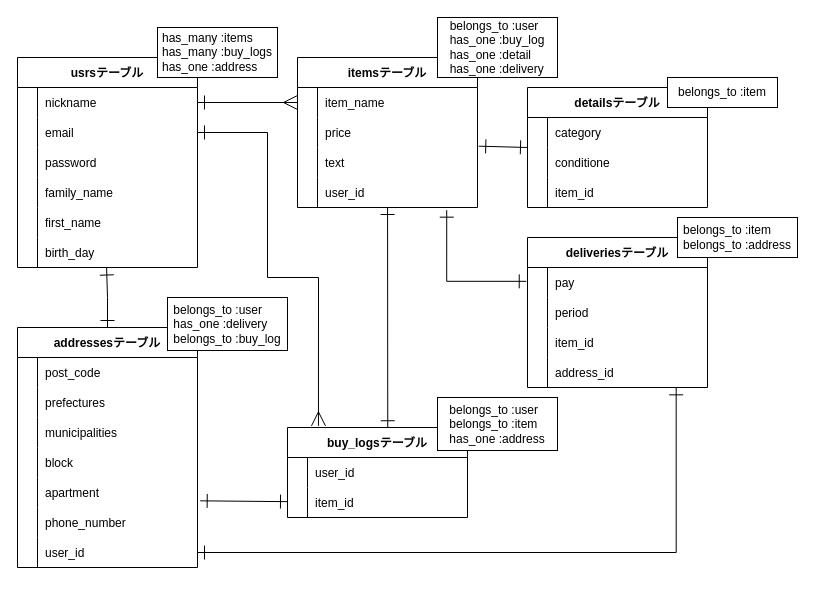
This is ER.dio from SettingTom/furima-37386, a draw.io file, before an edit. Source tidied: cells renumbered, new cells numbered last; positions are measured from the earlier drawing's top-left corner, leaving out a move shared by most shapes. Both pictures are drawn from the tidied source at 100%, with x=0, y=0 at pixel (17, 17).
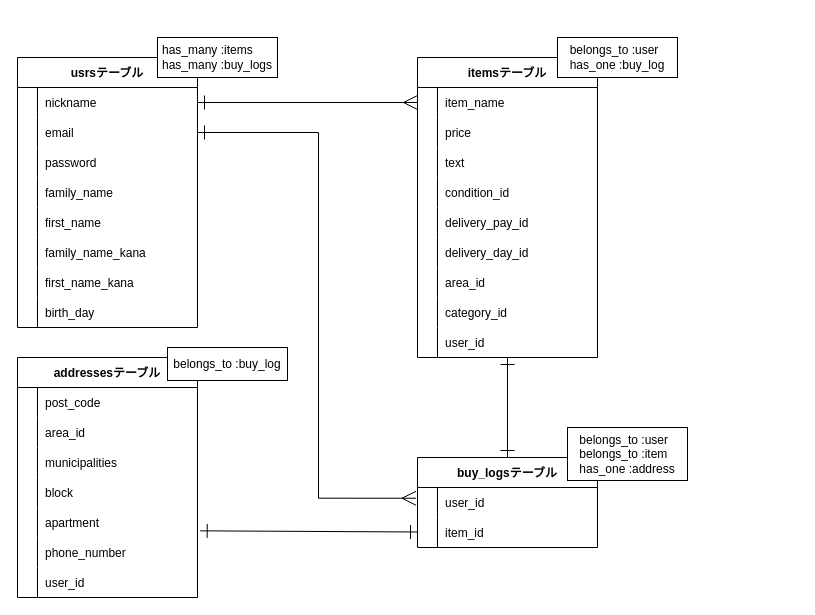
The same diagram, later.

Commit message (it also covers changes not shown here):
データベース設計の修正

Unchanged cells that the change refers to:
```xml
<mxCell id="6" style="shape=partialRectangle;fillColor=none;top=0;left=0;bottom=0;right=0;points=[[0,0.5],[1,0.5]];portConstraint=eastwest;" parent="2" vertex="1">
  <mxGeometry y="60" width="180" height="30" as="geometry" />
</mxCell>
<mxCell id="30" style="shape=partialRectangle;fillColor=none;top=0;left=0;bottom=0;right=0;points=[[0,0.5],[1,0.5]];portConstraint=eastwest;labelBackgroundColor=default;" parent="23" vertex="1">
  <mxGeometry y="90" width="180" height="30" as="geometry" />
</mxCell>
<mxCell id="42" style="shape=partialRectangle;fillColor=none;top=0;left=0;bottom=0;right=0;labelBackgroundColor=default;" parent="38" vertex="1">
  <mxGeometry y="60" width="180" height="30" as="geometry" />
</mxCell>
<mxCell id="57" style="shape=partialRectangle;fillColor=none;top=0;left=0;bottom=0;right=0;points=[[0,0.5],[1,0.5]];portConstraint=eastwest;labelBackgroundColor=default;" parent="38" vertex="1">
  <mxGeometry y="210" width="180" height="30" as="geometry" />
</mxCell>
<mxCell id="61" style="shape=partialRectangle;fillColor=none;top=0;left=0;bottom=0;right=0;points=[[0,0.5],[1,0.5]];portConstraint=eastwest;labelBackgroundColor=default;" parent="60" vertex="1">
  <mxGeometry y="30" width="180" height="30" as="geometry" />
</mxCell>
```

The edit, as a diff of the source:
```diff
@@
     <mxCell id="2" value="usrsテーブル" style="shape=table;startSize=30;childLayout=tableLayout;rowLines=0;fontStyle=1;align=center;" parent="1" vertex="1">
-      <mxGeometry y="40" width="180" height="210" as="geometry" />
+      <mxGeometry y="40" width="180" height="270" as="geometry" />
     </mxCell>
@@
+    <mxCell id="100" style="shape=partialRectangle;fillColor=none;top=0;left=0;bottom=0;right=0;" parent="2" vertex="1">
+      <mxGeometry y="150" width="180" height="30" as="geometry" />
+    </mxCell>
+    <mxCell id="101" style="shape=partialRectangle;fillColor=none;top=0;left=0;bottom=0;right=0;overflow=hidden;" parent="100" vertex="1">
+      <mxGeometry width="20" height="30" as="geometry" />
+    </mxCell>
+    <mxCell id="102" value="first_name" style="shape=partialRectangle;fillColor=none;top=0;left=0;bottom=0;right=0;align=left;spacingLeft=6;overflow=hidden;" parent="100" vertex="1">
+      <mxGeometry x="20" width="160" height="30" as="geometry" />
+    </mxCell>
+    <mxCell id="103" style="shape=partialRectangle;fillColor=none;top=0;left=0;bottom=0;right=0;" parent="2" vertex="1">
+      <mxGeometry y="180" width="180" height="30" as="geometry" />
+    </mxCell>
+    <mxCell id="104" style="shape=partialRectangle;fillColor=none;top=0;left=0;bottom=0;right=0;overflow=hidden;" parent="103" vertex="1">
+      <mxGeometry width="20" height="30" as="geometry" />
+    </mxCell>
+    <mxCell id="105" value="family_name_kana" style="shape=partialRectangle;fillColor=none;top=0;left=0;bottom=0;right=0;align=left;spacingLeft=6;overflow=hidden;" parent="103" vertex="1">
+      <mxGeometry x="20" width="160" height="30" as="geometry" />
+    </mxCell>
     <mxCell id="15" style="shape=partialRectangle;fillColor=none;top=0;left=0;bottom=0;right=0;" parent="2" vertex="1">
-      <mxGeometry y="150" width="180" height="30" as="geometry" />
+      <mxGeometry y="210" width="180" height="30" as="geometry" />
     </mxCell>
@@
-    <mxCell id="17" value="first_name" style="shape=partialRectangle;fillColor=none;top=0;left=0;bottom=0;right=0;align=left;spacingLeft=6;overflow=hidden;" parent="15" vertex="1">
+    <mxCell id="17" value="first_name_kana" style="shape=partialRectangle;fillColor=none;top=0;left=0;bottom=0;right=0;align=left;spacingLeft=6;overflow=hidden;" parent="15" vertex="1">
       <mxGeometry x="20" width="160" height="30" as="geometry" />
     </mxCell>
     <mxCell id="18" style="shape=partialRectangle;fillColor=none;top=0;left=0;bottom=0;right=0;points=[[0,0.5],[1,0.5]];portConstraint=eastwest;" parent="2" vertex="1">
-      <mxGeometry y="180" width="180" height="30" as="geometry" />
+      <mxGeometry y="240" width="180" height="30" as="geometry" />
     </mxCell>
@@
-    <mxCell id="21" style="rounded=0;sketch=0;html=1;startArrow=ERone;startFill=0;endArrow=ERone;endFill=0;startSize=12;endSize=12;strokeColor=default;entryX=0.557;entryY=0.003;entryDx=0;entryDy=0;entryPerimeter=0;" parent="1" edge="1" source="23" target="60">
-      <mxGeometry relative="1" as="geometry" />
-    </mxCell>
-    <mxCell id="22" style="edgeStyle=none;rounded=0;sketch=0;jumpStyle=none;html=1;entryX=0;entryY=0;entryDx=0;entryDy=0;entryPerimeter=0;startArrow=ERone;startFill=0;endArrow=ERone;endFill=0;startSize=12;endSize=12;strokeColor=default;exitX=1.007;exitY=-0.044;exitDx=0;exitDy=0;exitPerimeter=0;" parent="1" edge="1" source="30" target="76">
-      <mxGeometry relative="1" as="geometry" />
-    </mxCell>
     <mxCell id="23" value="itemsテーブル" style="shape=table;startSize=30;childLayout=tableLayout;rowLines=0;fontStyle=1;align=center;labelBackgroundColor=default;" parent="1" vertex="1">
-      <mxGeometry x="280" y="40" width="180" height="150" as="geometry" />
+      <mxGeometry x="400" y="40" width="180" height="300" as="geometry" />
     </mxCell>
@@
+    <mxCell id="92" style="shape=partialRectangle;fillColor=none;top=0;left=0;bottom=0;right=0;points=[[0,0.5],[1,0.5]];portConstraint=eastwest;labelBackgroundColor=default;" parent="23" vertex="1">
+      <mxGeometry y="120" width="180" height="30" as="geometry" />
+    </mxCell>
+    <mxCell id="106" style="shape=partialRectangle;fillColor=none;top=0;left=0;bottom=0;right=0;overflow=hidden;labelBackgroundColor=default;" parent="92" vertex="1">
+      <mxGeometry width="20" height="30" as="geometry" />
+    </mxCell>
+    <mxCell id="107" value="condition_id" style="shape=partialRectangle;fillColor=none;top=0;left=0;bottom=0;right=0;align=left;spacingLeft=6;overflow=hidden;labelBackgroundColor=default;" parent="92" vertex="1">
+      <mxGeometry x="20" width="160" height="30" as="geometry" />
+    </mxCell>
+    <mxCell id="108" style="shape=partialRectangle;fillColor=none;top=0;left=0;bottom=0;right=0;labelBackgroundColor=default;" parent="23" vertex="1">
+      <mxGeometry y="150" width="180" height="30" as="geometry" />
+    </mxCell>
+    <mxCell id="109" style="shape=partialRectangle;fillColor=none;top=0;left=0;bottom=0;right=0;overflow=hidden;labelBackgroundColor=default;" parent="108" vertex="1">
+      <mxGeometry width="20" height="30" as="geometry" />
+    </mxCell>
+    <mxCell id="110" value="delivery_pay_id" style="shape=partialRectangle;fillColor=none;top=0;left=0;bottom=0;right=0;align=left;spacingLeft=6;overflow=hidden;labelBackgroundColor=default;" parent="108" vertex="1">
+      <mxGeometry x="20" width="160" height="30" as="geometry" />
+    </mxCell>
+    <mxCell id="111" style="shape=partialRectangle;fillColor=none;top=0;left=0;bottom=0;right=0;labelBackgroundColor=default;" parent="23" vertex="1">
+      <mxGeometry y="180" width="180" height="30" as="geometry" />
+    </mxCell>
+    <mxCell id="112" style="shape=partialRectangle;fillColor=none;top=0;left=0;bottom=0;right=0;overflow=hidden;labelBackgroundColor=default;" parent="111" vertex="1">
+      <mxGeometry width="20" height="30" as="geometry" />
+    </mxCell>
+    <mxCell id="113" value="delivery_day_id" style="shape=partialRectangle;fillColor=none;top=0;left=0;bottom=0;right=0;align=left;spacingLeft=6;overflow=hidden;labelBackgroundColor=default;" parent="111" vertex="1">
+      <mxGeometry x="20" width="160" height="30" as="geometry" />
+    </mxCell>
+    <mxCell id="114" style="shape=partialRectangle;fillColor=none;top=0;left=0;bottom=0;right=0;labelBackgroundColor=default;" parent="23" vertex="1">
+      <mxGeometry y="210" width="180" height="30" as="geometry" />
+    </mxCell>
+    <mxCell id="115" style="shape=partialRectangle;fillColor=none;top=0;left=0;bottom=0;right=0;overflow=hidden;labelBackgroundColor=default;" parent="114" vertex="1">
+      <mxGeometry width="20" height="30" as="geometry" />
+    </mxCell>
+    <mxCell id="116" value="area_id" style="shape=partialRectangle;fillColor=none;top=0;left=0;bottom=0;right=0;align=left;spacingLeft=6;overflow=hidden;labelBackgroundColor=default;" parent="114" vertex="1">
+      <mxGeometry x="20" width="160" height="30" as="geometry" />
+    </mxCell>
+    <mxCell id="117" style="shape=partialRectangle;fillColor=none;top=0;left=0;bottom=0;right=0;labelBackgroundColor=default;" parent="23" vertex="1">
+      <mxGeometry y="240" width="180" height="30" as="geometry" />
+    </mxCell>
+    <mxCell id="118" style="shape=partialRectangle;fillColor=none;top=0;left=0;bottom=0;right=0;overflow=hidden;labelBackgroundColor=default;" parent="117" vertex="1">
+      <mxGeometry width="20" height="30" as="geometry" />
+    </mxCell>
+    <mxCell id="119" value="category_id" style="shape=partialRectangle;fillColor=none;top=0;left=0;bottom=0;right=0;align=left;spacingLeft=6;overflow=hidden;labelBackgroundColor=default;" parent="117" vertex="1">
+      <mxGeometry x="20" width="160" height="30" as="geometry" />
+    </mxCell>
     <mxCell id="33" style="shape=partialRectangle;fillColor=none;top=0;left=0;bottom=0;right=0;points=[[0,0.5],[1,0.5]];portConstraint=eastwest;labelBackgroundColor=default;" parent="23" vertex="1">
-      <mxGeometry y="120" width="180" height="30" as="geometry" />
+      <mxGeometry y="270" width="180" height="30" as="geometry" />
     </mxCell>
@@
-    <mxCell id="37" style="edgeStyle=orthogonalEdgeStyle;rounded=0;sketch=0;html=1;entryX=0.495;entryY=1.017;entryDx=0;entryDy=0;entryPerimeter=0;startArrow=ERone;startFill=0;endArrow=ERone;endFill=0;startSize=12;endSize=12;strokeColor=default;" parent="1" edge="1" source="38" target="18">
-      <mxGeometry relative="1" as="geometry" />
-    </mxCell>
     <mxCell id="38" value="addressesテーブル" style="shape=table;startSize=30;childLayout=tableLayout;rowLines=0;fontStyle=1;align=center;labelBackgroundColor=default;" parent="1" vertex="1">
-      <mxGeometry y="310" width="180" height="240" as="geometry" />
+      <mxGeometry y="340" width="180" height="240" as="geometry" />
     </mxCell>
@@
-    <mxCell id="44" value="prefectures" style="shape=partialRectangle;fillColor=none;top=0;left=0;bottom=0;right=0;align=left;spacingLeft=6;overflow=hidden;labelBackgroundColor=default;" parent="42" vertex="1">
+    <mxCell id="44" value="area_id" style="shape=partialRectangle;fillColor=none;top=0;left=0;bottom=0;right=0;align=left;spacingLeft=6;overflow=hidden;labelBackgroundColor=default;" parent="42" vertex="1">
       <mxGeometry x="20" width="160" height="30" as="geometry" />
     </mxCell>
@@
+    <mxCell id="120" style="edgeStyle=none;rounded=0;sketch=0;jumpStyle=none;html=1;startArrow=ERone;startFill=0;endArrow=ERone;endFill=0;startSize=12;endSize=12;strokeColor=default;" parent="1" edge="1" source="60" target="33">
+      <mxGeometry relative="1" as="geometry" />
+    </mxCell>
     <mxCell id="60" value="buy_logsテーブル" style="shape=table;startSize=30;childLayout=tableLayout;rowLines=0;fontStyle=1;align=center;labelBackgroundColor=default;" parent="1" vertex="1">
-      <mxGeometry x="270" y="410" width="180" height="90" as="geometry" />
+      <mxGeometry x="400" y="440" width="180" height="90" as="geometry" />
     </mxCell>
@@
-    <mxCell id="67" style="edgeStyle=orthogonalEdgeStyle;sketch=0;html=1;exitX=1;exitY=0.5;exitDx=0;exitDy=0;startArrow=ERone;startFill=0;endArrow=ERmany;endFill=0;startSize=12;endSize=12;strokeColor=default;rounded=0;entryX=0.172;entryY=-0.018;entryDx=0;entryDy=0;entryPerimeter=0;" parent="1" edge="1" source="6" target="60">
+    <mxCell id="67" style="edgeStyle=orthogonalEdgeStyle;sketch=0;html=1;exitX=1;exitY=0.5;exitDx=0;exitDy=0;startArrow=ERone;startFill=0;endArrow=ERmany;endFill=0;startSize=12;endSize=12;strokeColor=default;rounded=0;entryX=-0.008;entryY=0.358;entryDx=0;entryDy=0;entryPerimeter=0;" parent="1" edge="1" source="6" target="61">
       <mxGeometry relative="1" as="geometry">
         <Array as="points">
-          <mxPoint x="250" y="115" />
-          <mxPoint x="250" y="260" />
-          <mxPoint x="301" y="260" />
+          <mxPoint x="301" y="115" />
+          <mxPoint x="301" y="481" />
         </Array>
       </mxGeometry>
     </mxCell>
-    <mxCell id="68" value="&lt;div style=&quot;text-align: justify&quot;&gt;has_many :items&lt;/div&gt;&lt;div style=&quot;text-align: justify&quot;&gt;has_many :buy_logs&lt;/div&gt;&lt;div style=&quot;text-align: justify&quot;&gt;has_one :address&lt;/div&gt;" style="whiteSpace=wrap;html=1;align=center;labelBackgroundColor=default;labelPosition=center;verticalLabelPosition=middle;verticalAlign=middle;" parent="1" vertex="1">
-      <mxGeometry x="140" y="10" width="120" height="50" as="geometry" />
+    <mxCell id="68" value="&lt;div style=&quot;text-align: justify&quot;&gt;has_many :items&lt;/div&gt;&lt;div style=&quot;text-align: justify&quot;&gt;has_many :buy_logs&lt;/div&gt;" style="whiteSpace=wrap;html=1;align=center;labelBackgroundColor=default;labelPosition=center;verticalLabelPosition=middle;verticalAlign=middle;" parent="1" vertex="1">
+      <mxGeometry x="140" y="20" width="120" height="40" as="geometry" />
     </mxCell>
-    <mxCell id="69" value="&lt;div style=&quot;text-align: justify&quot;&gt;belongs_to :user&lt;/div&gt;&lt;div style=&quot;text-align: justify&quot;&gt;has_one :buy_log&lt;/div&gt;&lt;div style=&quot;text-align: justify&quot;&gt;has_one :detail&lt;/div&gt;&lt;div style=&quot;text-align: justify&quot;&gt;has_one :delivery&lt;/div&gt;" style="whiteSpace=wrap;html=1;align=center;labelBackgroundColor=default;" parent="1" vertex="1">
-      <mxGeometry x="420" width="120" height="60" as="geometry" />
+    <mxCell id="69" value="&lt;div style=&quot;text-align: justify&quot;&gt;belongs_to :user&lt;/div&gt;&lt;div style=&quot;text-align: justify&quot;&gt;has_one :buy_log&lt;/div&gt;" style="whiteSpace=wrap;html=1;align=center;labelBackgroundColor=default;" parent="1" vertex="1">
+      <mxGeometry x="540" y="20" width="120" height="40" as="geometry" />
     </mxCell>
     <mxCell id="70" value="&lt;div style=&quot;text-align: left&quot;&gt;belongs_to :user&lt;/div&gt;&lt;div style=&quot;text-align: left&quot;&gt;belongs_to :item&lt;/div&gt;&lt;div style=&quot;text-align: left&quot;&gt;has_one :address&lt;/div&gt;" style="whiteSpace=wrap;html=1;align=center;labelBackgroundColor=default;" parent="1" vertex="1">
-      <mxGeometry x="420" y="380" width="120" height="53" as="geometry" />
+      <mxGeometry x="550" y="410" width="120" height="53" as="geometry" />
     </mxCell>
-    <mxCell id="71" value="&lt;div style=&quot;text-align: left&quot;&gt;belongs_to :user&lt;/div&gt;&lt;div style=&quot;text-align: left&quot;&gt;has_one :delivery&lt;/div&gt;&lt;div style=&quot;text-align: left&quot;&gt;belongs_to :buy_log&lt;/div&gt;" style="whiteSpace=wrap;html=1;align=center;labelBackgroundColor=default;" parent="1" vertex="1">
-      <mxGeometry x="150" y="280" width="120" height="53" as="geometry" />
+    <mxCell id="71" value="&lt;div style=&quot;text-align: left&quot;&gt;belongs_to :buy_log&lt;br&gt;&lt;/div&gt;" style="whiteSpace=wrap;html=1;align=center;labelBackgroundColor=default;" parent="1" vertex="1">
+      <mxGeometry x="150" y="330" width="120" height="33" as="geometry" />
     </mxCell>
-    <mxCell id="72" value="detailsテーブル" style="shape=table;startSize=30;childLayout=tableLayout;rowLines=0;fontStyle=1;align=center;labelBackgroundColor=default;" parent="1" vertex="1">
-      <mxGeometry x="510" y="70" width="180" height="120" as="geometry" />
-    </mxCell>
-    <mxCell id="73" style="shape=partialRectangle;fillColor=none;top=0;left=0;bottom=0;right=0;labelBackgroundColor=default;" parent="72" vertex="1">
-      <mxGeometry y="30" width="180" height="30" as="geometry" />
-    </mxCell>
-    <mxCell id="74" style="shape=partialRectangle;fillColor=none;top=0;left=0;bottom=0;right=0;overflow=hidden;labelBackgroundColor=default;" parent="73" vertex="1">
-      <mxGeometry width="20" height="30" as="geometry" />
-    </mxCell>
-    <mxCell id="75" value="category" style="shape=partialRectangle;fillColor=none;top=0;left=0;bottom=0;right=0;align=left;spacingLeft=6;overflow=hidden;labelBackgroundColor=default;" parent="73" vertex="1">
-      <mxGeometry x="20" width="160" height="30" as="geometry" />
-    </mxCell>
-    <mxCell id="76" style="shape=partialRectangle;fillColor=none;top=0;left=0;bottom=0;right=0;points=[[0,0.5],[1,0.5]];portConstraint=eastwest;labelBackgroundColor=default;" parent="72" vertex="1">
-      <mxGeometry y="60" width="180" height="30" as="geometry" />
-    </mxCell>
-    <mxCell id="77" style="shape=partialRectangle;fillColor=none;top=0;left=0;bottom=0;right=0;overflow=hidden;labelBackgroundColor=default;" parent="76" vertex="1">
-      <mxGeometry width="20" height="30" as="geometry" />
-    </mxCell>
-    <mxCell id="78" value="conditione" style="shape=partialRectangle;fillColor=none;top=0;left=0;bottom=0;right=0;align=left;spacingLeft=6;overflow=hidden;labelBackgroundColor=default;" parent="76" vertex="1">
-      <mxGeometry x="20" width="160" height="30" as="geometry" />
-    </mxCell>
-    <mxCell id="79" style="shape=partialRectangle;fillColor=none;top=0;left=0;bottom=0;right=0;labelBackgroundColor=default;" parent="72" vertex="1">
-      <mxGeometry y="90" width="180" height="30" as="geometry" />
-    </mxCell>
-    <mxCell id="80" style="shape=partialRectangle;fillColor=none;top=0;left=0;bottom=0;right=0;overflow=hidden;labelBackgroundColor=default;" parent="79" vertex="1">
-      <mxGeometry width="20" height="30" as="geometry" />
-    </mxCell>
-    <mxCell id="81" value="item_id" style="shape=partialRectangle;fillColor=none;top=0;left=0;bottom=0;right=0;align=left;spacingLeft=6;overflow=hidden;labelBackgroundColor=default;" parent="79" vertex="1">
-      <mxGeometry x="20" width="160" height="30" as="geometry" />
-    </mxCell>
-    <mxCell id="82" value="deliveriesテーブル" style="shape=table;startSize=30;childLayout=tableLayout;rowLines=0;fontStyle=1;align=center;labelBackgroundColor=default;" parent="1" vertex="1">
-      <mxGeometry x="510" y="220" width="180" height="150" as="geometry" />
-    </mxCell>
-    <mxCell id="83" style="shape=partialRectangle;fillColor=none;top=0;left=0;bottom=0;right=0;points=[[0,0.5],[1,0.5]];portConstraint=eastwest;labelBackgroundColor=default;" parent="82" vertex="1">
-      <mxGeometry y="30" width="180" height="30" as="geometry" />
-    </mxCell>
-    <mxCell id="84" style="shape=partialRectangle;fillColor=none;top=0;left=0;bottom=0;right=0;overflow=hidden;labelBackgroundColor=default;" parent="83" vertex="1">
-      <mxGeometry width="20" height="30" as="geometry" />
-    </mxCell>
-    <mxCell id="85" value="pay" style="shape=partialRectangle;fillColor=none;top=0;left=0;bottom=0;right=0;align=left;spacingLeft=6;overflow=hidden;labelBackgroundColor=default;" parent="83" vertex="1">
-      <mxGeometry x="20" width="160" height="30" as="geometry" />
-    </mxCell>
-    <mxCell id="86" style="shape=partialRectangle;fillColor=none;top=0;left=0;bottom=0;right=0;labelBackgroundColor=default;" parent="82" vertex="1">
-      <mxGeometry y="60" width="180" height="30" as="geometry" />
-    </mxCell>
-    <mxCell id="87" style="shape=partialRectangle;fillColor=none;top=0;left=0;bottom=0;right=0;overflow=hidden;labelBackgroundColor=default;" parent="86" vertex="1">
-      <mxGeometry width="20" height="30" as="geometry" />
-    </mxCell>
-    <mxCell id="88" value="period" style="shape=partialRectangle;fillColor=none;top=0;left=0;bottom=0;right=0;align=left;spacingLeft=6;overflow=hidden;labelBackgroundColor=default;" parent="86" vertex="1">
-      <mxGeometry x="20" width="160" height="30" as="geometry" />
-    </mxCell>
-    <mxCell id="89" style="shape=partialRectangle;fillColor=none;top=0;left=0;bottom=0;right=0;labelBackgroundColor=default;" parent="82" vertex="1">
-      <mxGeometry y="90" width="180" height="30" as="geometry" />
-    </mxCell>
-    <mxCell id="90" style="shape=partialRectangle;fillColor=none;top=0;left=0;bottom=0;right=0;overflow=hidden;labelBackgroundColor=default;" parent="89" vertex="1">
-      <mxGeometry width="20" height="30" as="geometry" />
-    </mxCell>
-    <mxCell id="91" value="item_id" style="shape=partialRectangle;fillColor=none;top=0;left=0;bottom=0;right=0;align=left;spacingLeft=6;overflow=hidden;labelBackgroundColor=default;" parent="89" vertex="1">
-      <mxGeometry x="20" width="160" height="30" as="geometry" />
-    </mxCell>
-    <mxCell id="92" style="shape=partialRectangle;fillColor=none;top=0;left=0;bottom=0;right=0;points=[[0,0.5],[1,0.5]];portConstraint=eastwest;labelBackgroundColor=default;" parent="82" vertex="1">
-      <mxGeometry y="120" width="180" height="30" as="geometry" />
-    </mxCell>
-    <mxCell id="93" style="shape=partialRectangle;fillColor=none;top=0;left=0;bottom=0;right=0;overflow=hidden;labelBackgroundColor=default;" parent="92" vertex="1">
-      <mxGeometry width="20" height="30" as="geometry" />
-    </mxCell>
-    <mxCell id="94" value="address_id" style="shape=partialRectangle;fillColor=none;top=0;left=0;bottom=0;right=0;align=left;spacingLeft=6;overflow=hidden;labelBackgroundColor=default;" parent="92" vertex="1">
-      <mxGeometry x="20" width="160" height="30" as="geometry" />
-    </mxCell>
-    <mxCell id="95" style="rounded=0;sketch=0;jumpStyle=none;html=1;startArrow=ERone;startFill=0;endArrow=ERone;endFill=0;startSize=12;endSize=12;strokeColor=default;edgeStyle=orthogonalEdgeStyle;entryX=0.829;entryY=1.089;entryDx=0;entryDy=0;entryPerimeter=0;exitX=-0.007;exitY=0.461;exitDx=0;exitDy=0;exitPerimeter=0;" parent="1" edge="1" source="83" target="33">
-      <mxGeometry relative="1" as="geometry">
-        <Array as="points">
-          <mxPoint x="429" y="264" />
-        </Array>
-      </mxGeometry>
-    </mxCell>
-    <mxCell id="96" value="&lt;div style=&quot;text-align: left&quot;&gt;belongs_to :item&lt;/div&gt;" style="whiteSpace=wrap;html=1;align=center;labelBackgroundColor=default;" parent="1" vertex="1">
-      <mxGeometry x="650" y="60" width="110" height="30" as="geometry" />
-    </mxCell>
-    <mxCell id="97" value="&lt;div style=&quot;text-align: left&quot;&gt;belongs_to :item&lt;/div&gt;&lt;div style=&quot;text-align: left&quot;&gt;belongs_to :address&lt;/div&gt;" style="whiteSpace=wrap;html=1;align=center;labelBackgroundColor=default;" parent="1" vertex="1">
-      <mxGeometry x="660" y="200" width="120" height="40" as="geometry" />
-    </mxCell>
@@
-    <mxCell id="99" style="edgeStyle=orthogonalEdgeStyle;rounded=0;sketch=0;jumpStyle=none;html=1;entryX=0.826;entryY=1.011;entryDx=0;entryDy=0;entryPerimeter=0;startArrow=ERone;startFill=0;endArrow=ERone;endFill=0;startSize=12;endSize=12;strokeColor=default;" parent="1" edge="1" source="57" target="92">
-      <mxGeometry relative="1" as="geometry" />
-    </mxCell>
```
